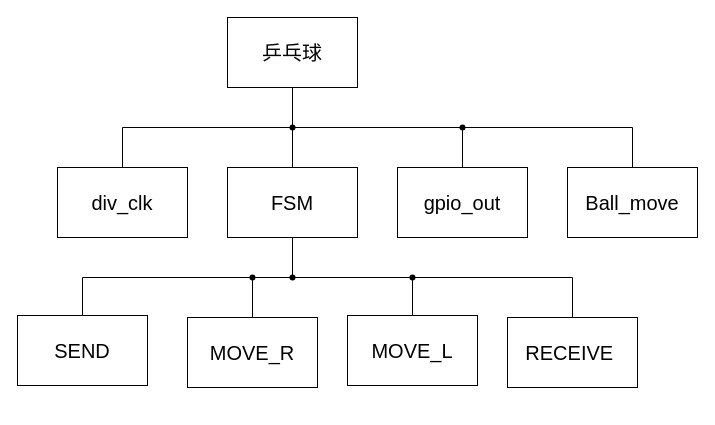
The draw.io diagram page "BreakDown" (1 of 4) of 第九題.drawio in wsy0331/SOC_Lab_Exercises, before the edit. Source tidied: cells renumbered, new cells numbered last; positions are measured from the earlier drawing's top-left corner, leaving out a move shared by most shapes. Both pictures are drawn from the tidied source at 100%, with x=0, y=0 at pixel (17, 17).
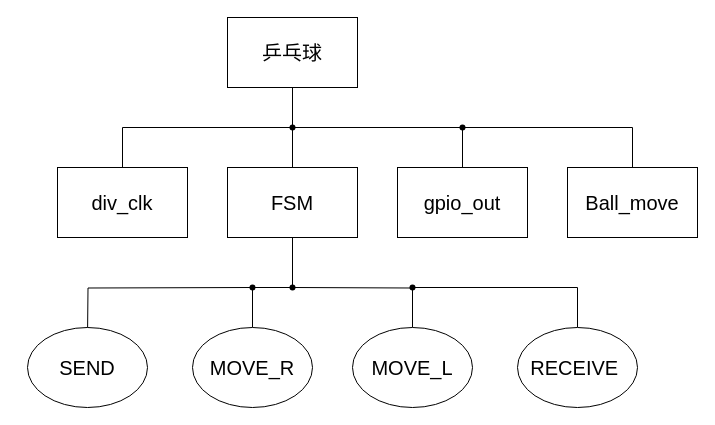
Above is the later version.

Unchanged cells that the change refers to:
```xml
<mxCell id="13" value="&lt;span style=&quot;text-wrap-mode: nowrap;&quot;&gt;&lt;font style=&quot;font-size: 20px;&quot;&gt;FSM&lt;/font&gt;&lt;/span&gt;" style="rounded=0;whiteSpace=wrap;html=1;" parent="1" vertex="1">
  <mxGeometry x="210" y="150" width="130" height="70" as="geometry" />
</mxCell>
```

What changed in the source:
```diff
@@
-    <mxCell id="4" value="&lt;div&gt;&lt;span style=&quot;font-size: 20px;&quot;&gt;RECEIVE&amp;nbsp;&lt;/span&gt;&lt;/div&gt;" style="rounded=0;whiteSpace=wrap;html=1;" parent="1" vertex="1">
-      <mxGeometry x="490" y="300" width="130" height="70" as="geometry" />
-    </mxCell>
-    <mxCell id="5" value="&lt;div&gt;&lt;span style=&quot;font-size: 20px;&quot;&gt;SEND&lt;/span&gt;&lt;/div&gt;" style="rounded=0;whiteSpace=wrap;html=1;" parent="1" vertex="1">
-      <mxGeometry y="298" width="130" height="70" as="geometry" />
-    </mxCell>
-    <mxCell id="6" value="&lt;span style=&quot;text-wrap-mode: nowrap;&quot;&gt;&lt;font style=&quot;font-size: 20px;&quot;&gt;MOVE_L&lt;/font&gt;&lt;/span&gt;" style="rounded=0;whiteSpace=wrap;html=1;" parent="1" vertex="1">
-      <mxGeometry x="330" y="298" width="130" height="70" as="geometry" />
-    </mxCell>
-    <mxCell id="7" value="&lt;span style=&quot;text-wrap-mode: nowrap;&quot;&gt;&lt;font style=&quot;font-size: 20px;&quot;&gt;MOVE_R&lt;/font&gt;&lt;/span&gt;" style="rounded=0;whiteSpace=wrap;html=1;" parent="1" vertex="1">
-      <mxGeometry x="170" y="300" width="130" height="70" as="geometry" />
-    </mxCell>
@@
-    <mxCell id="9" style="edgeStyle=orthogonalEdgeStyle;rounded=0;jettySize=auto;html=1;exitDx=0;exitDy=0;entryX=0.5;entryY=0;entryDx=0;entryDy=0;endArrow=none;startFill=0;" parent="1" edge="1" source="20" target="5">
-      <mxGeometry relative="1" as="geometry" />
+    <mxCell id="9" style="edgeStyle=orthogonalEdgeStyle;rounded=0;orthogonalLoop=1;jettySize=auto;html=1;exitDx=0;exitDy=0;entryX=0.5;entryY=0;entryDx=0;entryDy=0;endArrow=none;startFill=0;" parent="1" edge="1">
+      <mxGeometry relative="1" as="geometry">
+        <mxPoint x="235" y="270" as="sourcePoint" />
+        <mxPoint x="70" y="320" as="targetPoint" />
+      </mxGeometry>
     </mxCell>
-    <mxCell id="10" style="edgeStyle=orthogonalEdgeStyle;rounded=0;jettySize=auto;html=1;exitX=0.5;exitY=1;exitDx=0;exitDy=0;entryX=0.5;entryY=0;entryDx=0;entryDy=0;endArrow=none;startFill=0;" parent="1" edge="1" source="13" target="7">
-      <mxGeometry relative="1" as="geometry" />
+    <mxCell id="10" style="edgeStyle=orthogonalEdgeStyle;rounded=0;jettySize=auto;html=1;exitDx=0;exitDy=0;entryX=0.5;entryY=0;entryDx=0;entryDy=0;endArrow=none;startFill=0;" parent="1" edge="1" source="24" target="7">
+      <mxGeometry relative="1" as="geometry">
+        <Array as="points">
+          <mxPoint x="235" y="270" />
+        </Array>
+      </mxGeometry>
     </mxCell>
-    <mxCell id="11" style="edgeStyle=orthogonalEdgeStyle;rounded=0;jettySize=auto;html=1;exitDx=0;exitDy=0;entryX=0.5;entryY=0;entryDx=0;entryDy=0;endArrow=none;startFill=0;" parent="1" edge="1" source="24" target="6">
-      <mxGeometry relative="1" as="geometry" />
+    <mxCell id="11" style="edgeStyle=orthogonalEdgeStyle;rounded=0;jettySize=auto;html=1;exitDx=0;exitDy=0;entryX=0.5;entryY=0;entryDx=0;entryDy=0;endArrow=none;startFill=0;" parent="1" edge="1" target="6">
+      <mxGeometry relative="1" as="geometry">
+        <mxPoint x="275" y="270" as="sourcePoint" />
+      </mxGeometry>
     </mxCell>
-    <mxCell id="12" style="edgeStyle=orthogonalEdgeStyle;rounded=0;jettySize=auto;html=1;exitDx=0;exitDy=0;endArrow=none;startFill=0;" parent="1" edge="1" source="19" target="4">
-      <mxGeometry relative="1" as="geometry" />
+    <mxCell id="12" style="edgeStyle=orthogonalEdgeStyle;rounded=0;jettySize=auto;html=1;exitDx=0;exitDy=0;endArrow=none;startFill=0;entryX=0.5;entryY=0;entryDx=0;entryDy=0;" parent="1" edge="1" source="19" target="4">
+      <mxGeometry relative="1" as="geometry">
+        <Array as="points">
+          <mxPoint x="560" y="270" />
+        </Array>
+      </mxGeometry>
     </mxCell>
@@
     <mxCell id="19" style="shape=waypoint;sketch=0;size=6;points=[];fillColor=none;perimeter=centerPerimeter;snapToPoint=1;" parent="1" vertex="1">
-      <mxGeometry x="385" y="250" width="20" height="20" as="geometry" />
+      <mxGeometry x="385" y="260" width="20" height="20" as="geometry" />
     </mxCell>
     <mxCell id="20" style="shape=waypoint;sketch=0;size=6;points=[];fillColor=none;perimeter=centerPerimeter;snapToPoint=1;" parent="1" vertex="1">
-      <mxGeometry x="225" y="250" width="20" height="20" as="geometry" />
+      <mxGeometry x="225" y="260" width="20" height="20" as="geometry" />
     </mxCell>
@@
+    <mxCell id="25" style="shape=waypoint;sketch=0;size=6;points=[];fillColor=none;perimeter=centerPerimeter;snapToPoint=1;" parent="1" vertex="1">
+      <mxGeometry x="435" y="100" width="20" height="20" as="geometry" />
+    </mxCell>
+    <mxCell id="5" value="&lt;span style=&quot;font-size: 20px;&quot;&gt;SEND&lt;/span&gt;" style="ellipse;whiteSpace=wrap;html=1;" parent="1" vertex="1">
+      <mxGeometry x="10" y="310" width="120" height="80" as="geometry" />
+    </mxCell>
+    <mxCell id="7" value="&lt;span style=&quot;font-size: 20px; text-wrap-mode: nowrap;&quot;&gt;MOVE_R&lt;/span&gt;" style="ellipse;whiteSpace=wrap;html=1;" parent="1" vertex="1">
+      <mxGeometry x="175" y="310" width="120" height="80" as="geometry" />
+    </mxCell>
+    <mxCell id="6" value="&lt;span style=&quot;font-size: 20px; text-wrap-mode: nowrap;&quot;&gt;MOVE_L&lt;/span&gt;" style="ellipse;whiteSpace=wrap;html=1;" parent="1" vertex="1">
+      <mxGeometry x="335" y="310" width="120" height="80" as="geometry" />
+    </mxCell>
+    <mxCell id="4" value="&lt;span style=&quot;font-size: 20px;&quot;&gt;RECEIVE&amp;nbsp;&lt;/span&gt;" style="ellipse;whiteSpace=wrap;html=1;" parent="1" vertex="1">
+      <mxGeometry x="500" y="310" width="120" height="80" as="geometry" />
+    </mxCell>
+    <mxCell id="26" style="edgeStyle=orthogonalEdgeStyle;rounded=0;jettySize=auto;html=1;exitX=0.5;exitY=1;exitDx=0;exitDy=0;entryDx=0;entryDy=0;endArrow=none;startFill=0;" parent="1" edge="1" source="13" target="24">
+      <mxGeometry relative="1" as="geometry">
+        <Array as="points">
+          <mxPoint x="275" y="270" />
+        </Array>
+      </mxGeometry>
+    </mxCell>
     <mxCell id="24" style="shape=waypoint;sketch=0;size=6;points=[];fillColor=none;perimeter=centerPerimeter;snapToPoint=1;" parent="1" vertex="1">
-      <mxGeometry x="265" y="250" width="20" height="20" as="geometry" />
+      <mxGeometry x="265" y="260" width="20" height="20" as="geometry" />
     </mxCell>
-    <mxCell id="25" style="shape=waypoint;sketch=0;size=6;points=[];fillColor=none;perimeter=centerPerimeter;snapToPoint=1;" parent="1" vertex="1">
-      <mxGeometry x="435" y="100" width="20" height="20" as="geometry" />
-    </mxCell>
```
